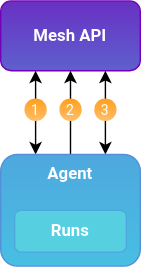
Earlier version of the draw.io export statics/workflow.svg (do87/poly). Source tidied: cells renumbered, new cells last; positions are measured from the earlier drawing's top-left corner, leaving out a move shared by most shapes.
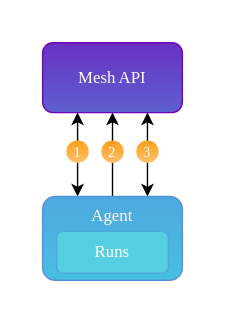
The same diagram one commit later.

Change to the diagram source:
```diff
@@ -2,32 +2,35 @@
   <root>
     <mxCell id="0" />
     <mxCell id="1" parent="0" />
+    <mxCell id="11" style="rounded=1;whiteSpace=wrap;html=1;fontFamily=Verdana;fontSize=11;fontColor=#000000;strokeColor=none;fillColor=#FFFFFF;gradientColor=none;align=left;verticalAlign=middle;" parent="1" vertex="1">
+      <mxGeometry x="-30" y="-30" width="170" height="230" as="geometry" />
+    </mxCell>
-    <mxCell id="2" value="Mesh API" style="rounded=1;whiteSpace=wrap;html=1;fillColor=#6930c3;gradientColor=#5e60ce;strokeColor=#7400b8;fontColor=#FFFFFF;fontFamily=Roboto;fontStyle=1;fontSource=https%3A%2F%2Ffonts.googleapis.com%2Fcss%3Ffamily%3DRoboto;" parent="1" vertex="1">
+    <mxCell id="2" value="Mesh API" style="rounded=1;whiteSpace=wrap;html=1;fillColor=#6930c3;gradientColor=#5e60ce;strokeColor=#7400b8;fontColor=#FFFFFF;fontFamily=Verdana;fontStyle=0;" parent="1" vertex="1">
       <mxGeometry width="100" height="50" as="geometry" />
     </mxCell>
-    <mxCell id="3" style="edgeStyle=orthogonalEdgeStyle;rounded=0;jettySize=auto;html=1;exitX=0.25;exitY=0;exitDx=0;exitDy=0;entryX=0.25;entryY=1;entryDx=0;entryDy=0;fontFamily=Garamond;fontColor=#FFFFFF;startArrow=classic;startFill=1;" parent="1" edge="1" source="6" target="2">
+    <mxCell id="3" style="edgeStyle=orthogonalEdgeStyle;rounded=0;jettySize=auto;html=1;exitX=0.25;exitY=0;exitDx=0;exitDy=0;entryX=0.25;entryY=1;entryDx=0;entryDy=0;fontFamily=Verdana;fontColor=#FFFFFF;startArrow=classic;startFill=1;" parent="1" edge="1" source="6" target="2">
       <mxGeometry relative="1" as="geometry" />
     </mxCell>
-    <mxCell id="4" style="edgeStyle=orthogonalEdgeStyle;rounded=0;jettySize=auto;html=1;exitX=0.5;exitY=0;exitDx=0;exitDy=0;entryX=0.5;entryY=1;entryDx=0;entryDy=0;fontFamily=Garamond;fontColor=#FFFFFF;" parent="1" edge="1" source="6" target="2">
+    <mxCell id="4" style="edgeStyle=orthogonalEdgeStyle;rounded=0;jettySize=auto;html=1;exitX=0.5;exitY=0;exitDx=0;exitDy=0;entryX=0.5;entryY=1;entryDx=0;entryDy=0;fontFamily=Verdana;fontColor=#FFFFFF;" parent="1" edge="1" source="6" target="2">
       <mxGeometry relative="1" as="geometry" />
     </mxCell>
-    <mxCell id="5" style="edgeStyle=orthogonalEdgeStyle;rounded=0;jettySize=auto;html=1;exitX=0.75;exitY=0;exitDx=0;exitDy=0;entryX=0.75;entryY=1;entryDx=0;entryDy=0;fontFamily=Garamond;fontColor=#FFFFFF;startArrow=classic;startFill=1;" parent="1" edge="1" source="6" target="2">
+    <mxCell id="5" style="edgeStyle=orthogonalEdgeStyle;rounded=0;jettySize=auto;html=1;exitX=0.75;exitY=0;exitDx=0;exitDy=0;entryX=0.75;entryY=1;entryDx=0;entryDy=0;fontFamily=Verdana;fontColor=#FFFFFF;startArrow=classic;startFill=1;" parent="1" edge="1" source="6" target="2">
       <mxGeometry relative="1" as="geometry" />
     </mxCell>
-    <mxCell id="6" value="Agent" style="rounded=1;whiteSpace=wrap;html=1;fillColor=#4ea8de;strokeColor=#5390d9;fontColor=#FFFFFF;fontFamily=Roboto;fontStyle=1;fontSource=https%3A%2F%2Ffonts.googleapis.com%2Fcss%3Ffamily%3DRoboto;gradientColor=#48bfe3;verticalAlign=top;" parent="1" vertex="1">
-      <mxGeometry y="110" width="100" height="80" as="geometry" />
+    <mxCell id="6" value="Agent" style="rounded=1;whiteSpace=wrap;html=1;fillColor=#4ea8de;strokeColor=#5390d9;fontColor=#FFFFFF;fontFamily=Verdana;fontStyle=0;gradientColor=#48bfe3;verticalAlign=top;" parent="1" vertex="1">
+      <mxGeometry y="110" width="100" height="60" as="geometry" />
     </mxCell>
-    <mxCell id="7" value="1" style="ellipse;whiteSpace=wrap;html=1;fontFamily=Roboto;fontColor=#FFFFFF;strokeColor=none;fillColor=#ff9f1c;gradientColor=#ffbf69;fontSource=https%3A%2F%2Ffonts.googleapis.com%2Fcss%3Ffamily%3DRoboto;fontSize=10;" parent="1" vertex="1">
+    <mxCell id="7" value="1" style="ellipse;whiteSpace=wrap;html=1;fontFamily=Verdana;fontColor=#FFFFFF;strokeColor=none;fillColor=#ff9f1c;gradientColor=#ffbf69;fontSize=10;" parent="1" vertex="1">
       <mxGeometry x="17" y="70" width="16" height="16" as="geometry" />
     </mxCell>
-    <mxCell id="8" value="2" style="ellipse;whiteSpace=wrap;html=1;fontFamily=Roboto;fontColor=#FFFFFF;strokeColor=none;fillColor=#ff9f1c;gradientColor=#ffbf69;fontSource=https%3A%2F%2Ffonts.googleapis.com%2Fcss%3Ffamily%3DRoboto;fontSize=10;" parent="1" vertex="1">
+    <mxCell id="8" value="2" style="ellipse;whiteSpace=wrap;html=1;fontFamily=Verdana;fontColor=#FFFFFF;strokeColor=none;fillColor=#ff9f1c;gradientColor=#ffbf69;fontSize=10;" parent="1" vertex="1">
       <mxGeometry x="42" y="70" width="16" height="16" as="geometry" />
     </mxCell>
-    <mxCell id="9" value="3" style="ellipse;whiteSpace=wrap;html=1;fontFamily=Roboto;fontColor=#FFFFFF;strokeColor=none;fillColor=#ff9f1c;gradientColor=#ffbf69;fontSource=https%3A%2F%2Ffonts.googleapis.com%2Fcss%3Ffamily%3DRoboto;fontSize=10;" parent="1" vertex="1">
+    <mxCell id="9" value="3" style="ellipse;whiteSpace=wrap;html=1;fontFamily=Verdana;fontColor=#FFFFFF;strokeColor=none;fillColor=#ff9f1c;gradientColor=#ffbf69;fontSize=10;" parent="1" vertex="1">
       <mxGeometry x="67" y="70" width="16" height="16" as="geometry" />
     </mxCell>
-    <mxCell id="10" value="Runs" style="rounded=1;whiteSpace=wrap;html=1;fillColor=#56cfe1;strokeColor=#4ea8de;fontColor=#FFFFFF;fontFamily=Roboto;fontStyle=1;fontSource=https%3A%2F%2Ffonts.googleapis.com%2Fcss%3Ffamily%3DRoboto;verticalAlign=middle;" parent="1" vertex="1">
-      <mxGeometry x="10" y="150" width="80" height="30" as="geometry" />
+    <mxCell id="10" value="Runs" style="rounded=1;whiteSpace=wrap;html=1;fillColor=#56cfe1;strokeColor=#4ea8de;fontColor=#FFFFFF;fontFamily=Verdana;fontStyle=0;verticalAlign=middle;" parent="1" vertex="1">
+      <mxGeometry x="10" y="135" width="80" height="30" as="geometry" />
     </mxCell>
   </root>
 </mxGraphModel>
```
